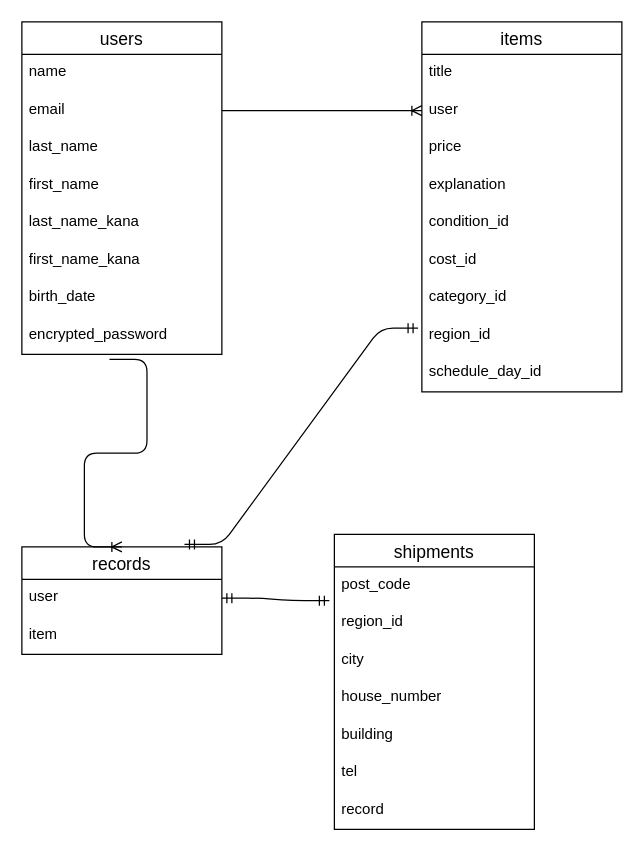
This is furima.dio from toshikatsu1201/furima-41659, a draw.io file, before an edit. Source tidied: cells renumbered, new cells numbered last; positions are measured from the earlier drawing's top-left corner, leaving out a move shared by most shapes. Both pictures are drawn from the tidied source at 125%, with x=0, y=0 at pixel (21, 21).
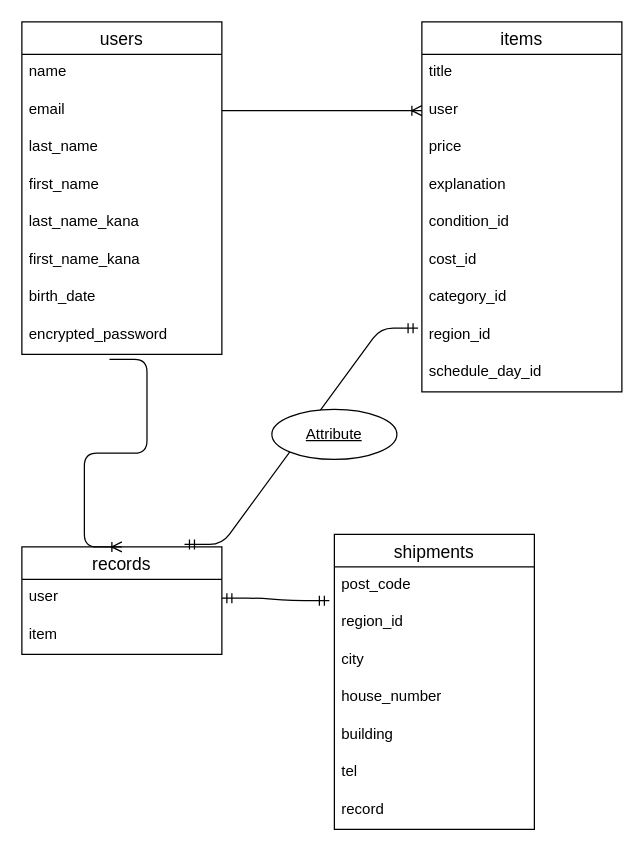
Above is the later version.

The edit, as a diff of the source:
```diff
@@
+    <mxCell id="36" value="Attribute" style="ellipse;whiteSpace=wrap;html=1;align=center;fontStyle=4;" parent="1" vertex="1">
+      <mxGeometry x="200" y="310" width="100" height="40" as="geometry" />
+    </mxCell>
```
